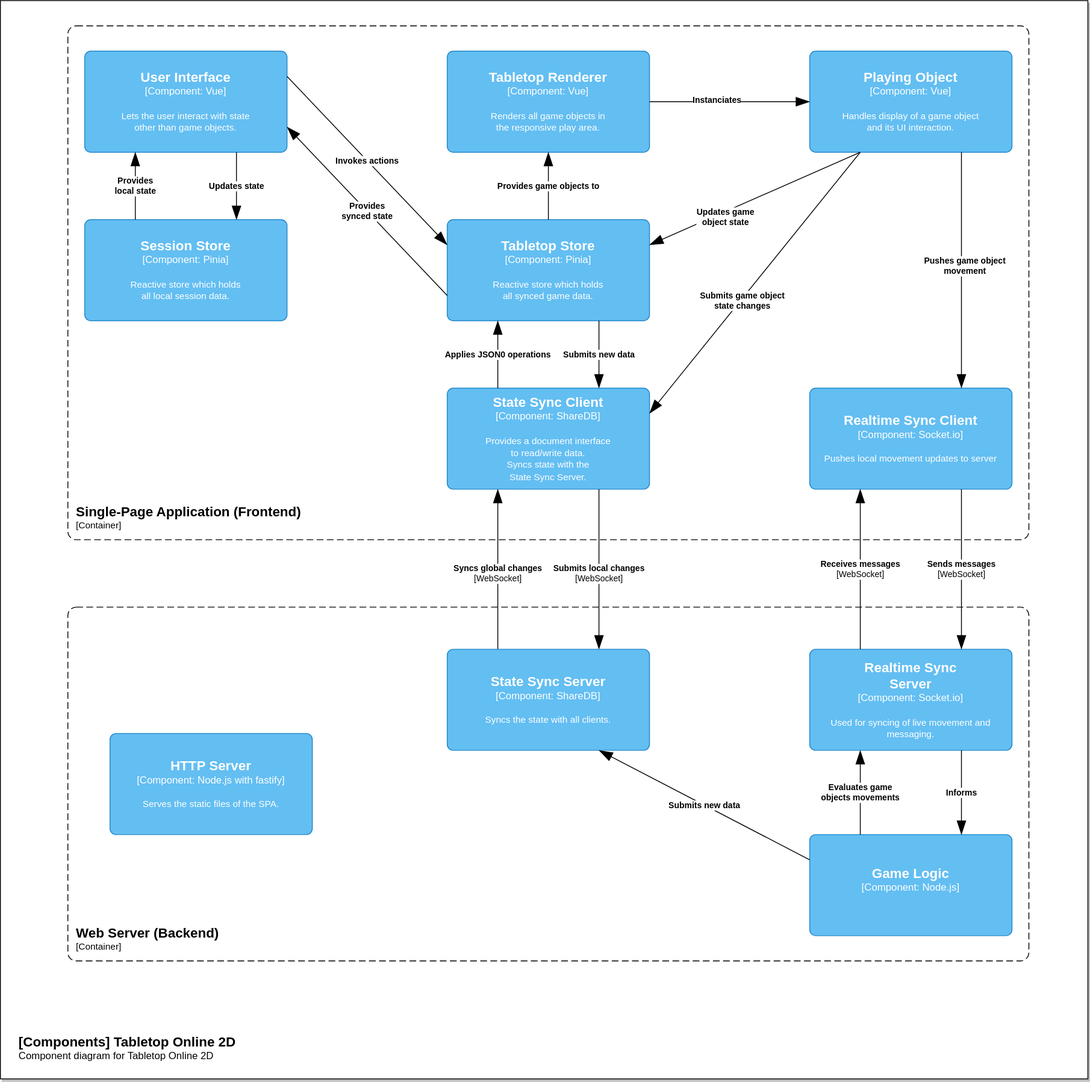
DrJume/tabletop-online keeps this draw.io diagram as docs/assets/design/System_C4_Level3.drawio.svg. Above is the earlier version. Source tidied: cells renumbered, new cells last; positions are measured from the earlier drawing's top-left corner, leaving out a move shared by most shapes.
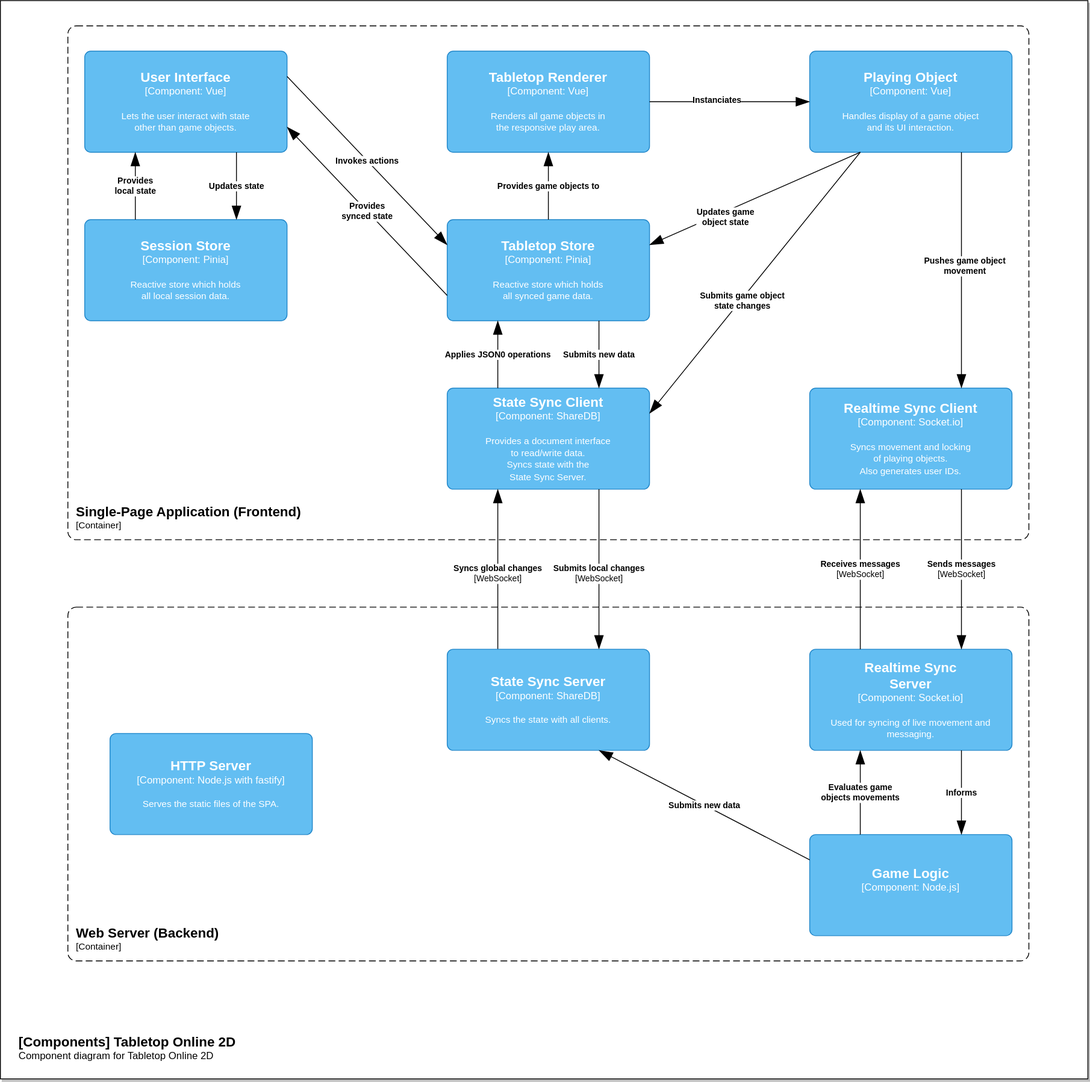
After the change.

Commit message:
docs: improve C4 diagrams

* add description to Level2 Containers
* improve description of Realtime Sync Client in Level3

What changed in the source:
```diff
@@ -85,7 +85,7 @@
         <mxGeometry x="0.13" y="1" relative="1" as="geometry" />
       </mxCell>
     </object>
-    <object id="19" label="&lt;font style=&quot;font-size: 16px&quot;&gt;&lt;b&gt;%c4Name%&lt;/b&gt;&lt;/font&gt;&lt;div&gt;[%c4Type%: %c4Technology%]&lt;/div&gt;&lt;br&gt;&lt;div&gt;&lt;font style=&quot;font-size: 11px&quot;&gt;%c4Description%&lt;/font&gt;&lt;/div&gt;" c4Description="Pushes local movement updates to server" c4Name="Realtime Sync Client" c4Technology="Socket.io" c4Type="Component" placeholders="1">
+    <object id="19" label="&lt;font style=&quot;font-size: 16px&quot;&gt;&lt;b&gt;%c4Name%&lt;/b&gt;&lt;/font&gt;&lt;div&gt;[%c4Type%: %c4Technology%]&lt;/div&gt;&lt;br&gt;&lt;div&gt;&lt;font style=&quot;font-size: 11px&quot;&gt;%c4Description%&lt;/font&gt;&lt;/div&gt;" c4Description="Syncs movement and locking &#10;of playing objects. &#10;Also generates user IDs." c4Name="Realtime Sync Client" c4Technology="Socket.io" c4Type="Component" placeholders="1">
       <mxCell style="rounded=1;whiteSpace=wrap;html=1;labelBackgroundColor=none;fillColor=#63BEF2;fontColor=#ffffff;align=center;arcSize=6;strokeColor=#2086C9;points=[[0.25,0,0],[0.5,0,0],[0.75,0,0],[1,0.25,0],[1,0.5,0],[1,0.75,0],[0.75,1,0],[0.5,1,0],[0.25,1,0],[0,0.75,0],[0,0.5,0],[0,0.25,0]];" parent="1" vertex="1">
         <mxGeometry x="960" y="460" width="240" height="120" as="geometry" />
       </mxCell>
```
